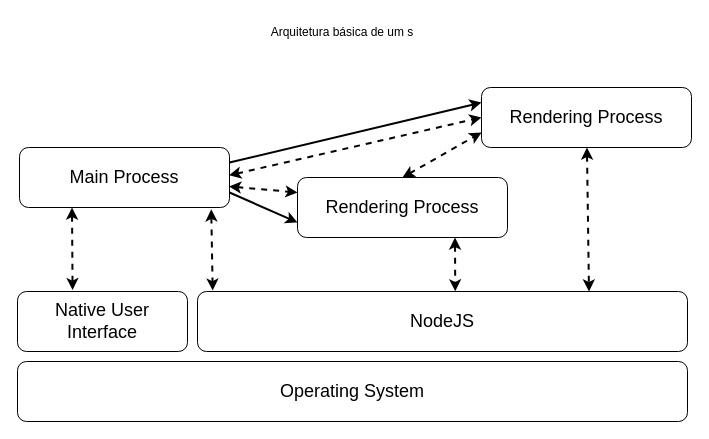
Earlier version of the draw.io diagram hibryd-architeture.drawio (nobertomaciel/UDWMJ-Unifacs). Source tidied: cells renumbered, new cells numbered last; positions are measured from the earlier drawing's top-left corner, leaving out a move shared by most shapes. Both pictures are drawn from the tidied source at 100%, with x=0, y=0 at pixel (17, 17).
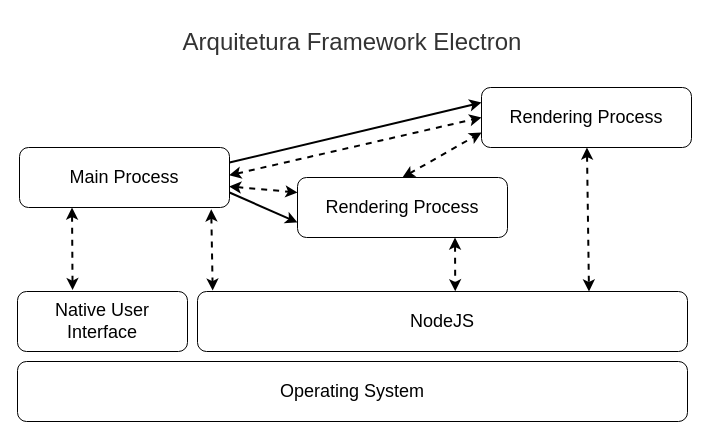
After the change.

The edit, as a diff of the source:
```diff
@@
 <mxGraphModel>
   <root>
     <mxCell id="0" />
     <mxCell id="1" parent="0" />
     <mxCell id="2" style="rounded=0;jettySize=auto;html=1;entryX=0;entryY=0.75;entryDx=0;entryDy=0;exitX=1;exitY=0.75;exitDx=0;exitDy=0;strokeWidth=2;targetPerimeterSpacing=5;sourcePerimeterSpacing=5;fontSize=18;" parent="1" edge="1" source="6" target="12">
       <mxGeometry relative="1" as="geometry" />
     </mxCell>
     <mxCell id="3" style="rounded=0;jettySize=auto;html=1;exitX=0.998;exitY=0.648;exitDx=0;exitDy=0;entryX=0;entryY=0.25;entryDx=0;entryDy=0;dashed=1;strokeWidth=2;targetPerimeterSpacing=5;sourcePerimeterSpacing=5;startArrow=classic;startFill=1;exitPerimeter=0;fontSize=18;" parent="1" edge="1" source="6" target="12">
       <mxGeometry relative="1" as="geometry" />
     </mxCell>
     <mxCell id="4" style="rounded=0;jettySize=auto;html=1;exitX=0.998;exitY=0.464;exitDx=0;exitDy=0;dashed=1;startSize=6;endSize=6;sourcePerimeterSpacing=5;targetPerimeterSpacing=5;strokeWidth=2;entryX=0;entryY=0.5;entryDx=0;entryDy=0;endArrow=classic;endFill=1;startArrow=classic;startFill=1;exitPerimeter=0;fontSize=18;" parent="1" edge="1" source="6" target="14">
       <mxGeometry relative="1" as="geometry" />
     </mxCell>
     <mxCell id="5" style="rounded=0;jettySize=auto;html=1;exitX=1;exitY=0.25;exitDx=0;exitDy=0;entryX=0;entryY=0.25;entryDx=0;entryDy=0;strokeWidth=2;targetPerimeterSpacing=5;sourcePerimeterSpacing=5;fontSize=18;" parent="1" edge="1" source="6" target="14">
       <mxGeometry relative="1" as="geometry" />
     </mxCell>
     <mxCell id="6" value="Main Process" style="rounded=1;whiteSpace=wrap;html=1;fontSize=18;" parent="1" vertex="1">
       <mxGeometry x="2" y="130" width="210" height="60" as="geometry" />
     </mxCell>
     <mxCell id="7" value="Native User Interface" style="rounded=1;whiteSpace=wrap;html=1;fontSize=18;" parent="1" vertex="1">
       <mxGeometry y="274" width="170" height="60" as="geometry" />
     </mxCell>
     <mxCell id="8" value="NodeJS" style="rounded=1;whiteSpace=wrap;html=1;points=[[0,0,0,0,0],[0,0.25,0,0,0],[0,0.5,0,0,0],[0,0.75,0,0,0],[0,1,0,0,0],[0.25,0,0,0,0],[0.25,1,0,0,0],[0.5,1,0,0,0],[0.56,0,0,0,0],[0.75,0,0,0,0],[0.75,1,0,0,0],[1,0,0,0,0],[1,0.25,0,0,0],[1,0.5,0,0,0],[1,0.75,0,0,0],[1,1,0,0,0]];fontSize=18;" parent="1" vertex="1">
       <mxGeometry x="180" y="274" width="490" height="60" as="geometry" />
     </mxCell>
     <mxCell id="9" value="Operating System" style="rounded=1;whiteSpace=wrap;html=1;fontSize=18;" parent="1" vertex="1">
       <mxGeometry y="344" width="670" height="60" as="geometry" />
     </mxCell>
     <mxCell id="10" style="rounded=0;jettySize=auto;html=1;exitX=0.5;exitY=0;exitDx=0;exitDy=0;entryX=0;entryY=0.75;entryDx=0;entryDy=0;strokeWidth=2;sourcePerimeterSpacing=5;targetPerimeterSpacing=5;dashed=1;startArrow=classic;startFill=1;fontSize=18;" parent="1" edge="1" source="12" target="14">
       <mxGeometry relative="1" as="geometry" />
     </mxCell>
     <mxCell id="11" style="rounded=0;jettySize=auto;html=1;exitX=0.75;exitY=1;exitDx=0;exitDy=0;strokeWidth=2;entryX=0.526;entryY=-0.003;entryDx=0;entryDy=0;entryPerimeter=0;dashed=1;startArrow=classic;startFill=1;fontSize=18;" parent="1" edge="1" source="12" target="8">
       <mxGeometry relative="1" as="geometry" />
     </mxCell>
     <mxCell id="12" value="Rendering Process" style="rounded=1;whiteSpace=wrap;html=1;fontSize=18;" parent="1" vertex="1">
       <mxGeometry x="280" y="160" width="210" height="60" as="geometry" />
     </mxCell>
     <mxCell id="13" style="rounded=0;jettySize=auto;html=1;entryX=0.75;entryY=0;entryDx=0;entryDy=0;strokeWidth=2;dashed=1;startArrow=classic;startFill=1;fontSize=18;" parent="1" edge="1" source="14">
       <mxGeometry relative="1" as="geometry">
         <mxPoint x="571.5" y="274" as="targetPoint" />
       </mxGeometry>
     </mxCell>
     <mxCell id="14" value="Rendering Process" style="rounded=1;whiteSpace=wrap;html=1;fontSize=18;" parent="1" vertex="1">
       <mxGeometry x="464" y="70" width="210" height="60" as="geometry" />
     </mxCell>
     <mxCell id="15" style="rounded=0;jettySize=auto;html=1;exitX=0.25;exitY=1;exitDx=0;exitDy=0;entryX=0.324;entryY=-0.023;entryDx=0;entryDy=0;entryPerimeter=0;dashed=1;strokeWidth=2;startArrow=classic;startFill=1;fontSize=18;" parent="1" edge="1" source="6" target="7">
       <mxGeometry relative="1" as="geometry" />
     </mxCell>
     <mxCell id="16" style="rounded=0;jettySize=auto;html=1;exitX=0.913;exitY=1.03;exitDx=0;exitDy=0;entryX=0.031;entryY=-0.016;entryDx=0;entryDy=0;entryPerimeter=0;dashed=1;startArrow=classic;startFill=1;strokeWidth=2;exitPerimeter=0;fontSize=18;" parent="1" edge="1" source="6" target="8">
       <mxGeometry relative="1" as="geometry" />
     </mxCell>
-    <mxCell id="17" value="Arquitetura básica de um s" style="text;html=1;whiteSpace=wrap;strokeColor=none;fillColor=none;align=center;verticalAlign=middle;rounded=0;" parent="1" vertex="1">
-      <mxGeometry width="650" height="30" as="geometry" />
+    <mxCell id="17" value="&lt;font style=&quot;font-size: 24px;&quot; face=&quot;Helvetica&quot;&gt;&lt;span style=&quot;&quot;&gt;Arquitetura Framework Electron&lt;/span&gt;&lt;/font&gt;" style="text;html=1;whiteSpace=wrap;strokeColor=none;fillColor=none;align=center;verticalAlign=middle;rounded=0;fontColor=#333333;fontStyle=0;" parent="1" vertex="1">
+      <mxGeometry width="670" height="50" as="geometry" />
     </mxCell>
   </root>
 </mxGraphModel>
```
